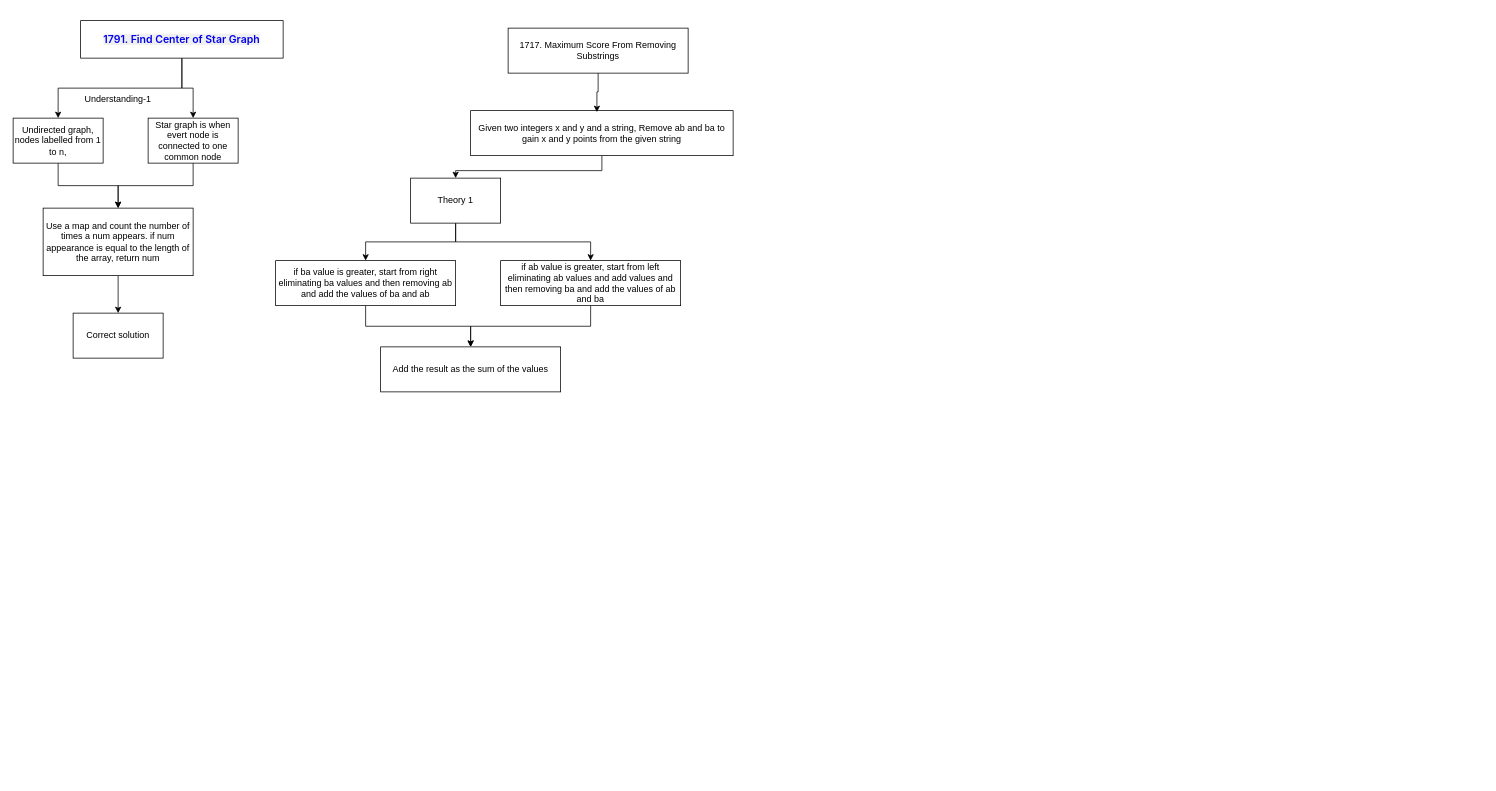
Earlier version of the draw.io diagram DailyLeetcodeProblems.drawio (KaidenCoder/DrawIORepo). Source tidied: cells renumbered, new cells numbered last; positions are measured from the earlier drawing's top-left corner, leaving out a move shared by most shapes. Both pictures are drawn from the tidied source at 75%, with x=0, y=0 at pixel (13, 20).
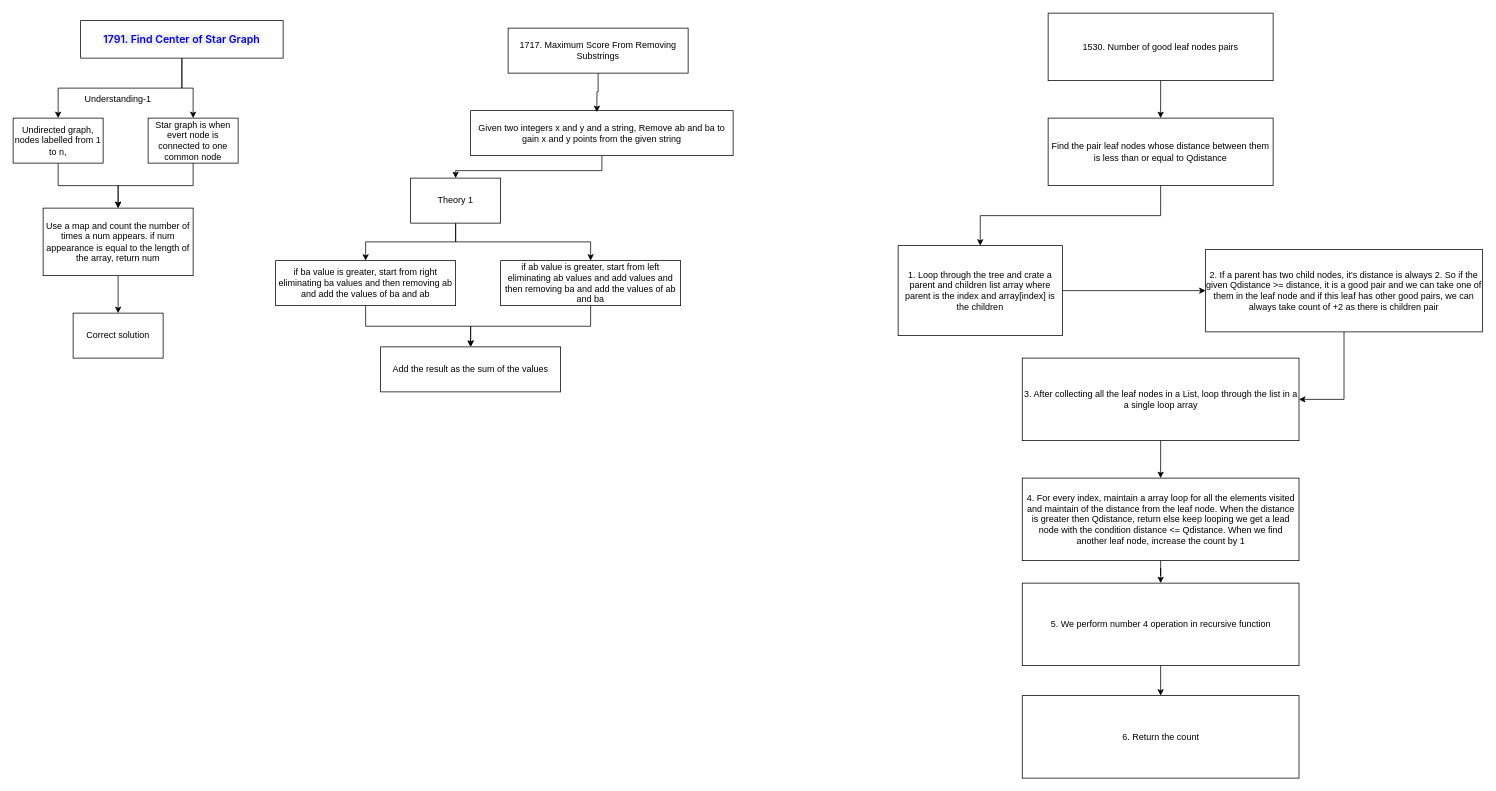
Above is the later version.

The edit, as a diff of the source:
```diff
@@
+    <mxCell id="25" style="edgeStyle=orthogonalEdgeStyle;rounded=0;jettySize=auto;html=1;" parent="1" edge="1" source="26" target="28">
+      <mxGeometry relative="1" as="geometry" />
+    </mxCell>
+    <mxCell id="26" value="1530. Number of good leaf nodes pairs" style="rounded=0;whiteSpace=wrap;html=1;" parent="1" vertex="1">
+      <mxGeometry x="1380" y="-10" width="300" height="90" as="geometry" />
+    </mxCell>
+    <mxCell id="27" style="edgeStyle=orthogonalEdgeStyle;rounded=0;jettySize=auto;html=1;entryX=0.5;entryY=0;entryDx=0;entryDy=0;" parent="1" edge="1" source="28" target="30">
+      <mxGeometry relative="1" as="geometry" />
+    </mxCell>
+    <mxCell id="28" value="Find the pair leaf nodes whose distance between them is less than or equal to Qdistance" style="rounded=0;whiteSpace=wrap;html=1;" parent="1" vertex="1">
+      <mxGeometry x="1380" y="130" width="300" height="90" as="geometry" />
+    </mxCell>
+    <mxCell id="29" style="edgeStyle=orthogonalEdgeStyle;rounded=0;jettySize=auto;html=1;" parent="1" edge="1" source="30" target="32">
+      <mxGeometry relative="1" as="geometry" />
+    </mxCell>
+    <mxCell id="30" value="1. Loop through the tree and crate a parent and children list array where parent is the index and array[index] is the children" style="rounded=0;whiteSpace=wrap;html=1;" parent="1" vertex="1">
+      <mxGeometry x="1180" y="300" width="219" height="120" as="geometry" />
+    </mxCell>
+    <mxCell id="31" style="edgeStyle=orthogonalEdgeStyle;rounded=0;jettySize=auto;html=1;entryX=1;entryY=0.5;entryDx=0;entryDy=0;" parent="1" edge="1" source="32" target="34">
+      <mxGeometry relative="1" as="geometry" />
+    </mxCell>
+    <mxCell id="32" value="2. If a parent has two child nodes, it's distance is always 2. So if the given Qdistance &amp;gt;= distance, it is a good pair and we can take one of them in the leaf node and if this leaf has other good pairs, we can always take count of +2 as there is children pair" style="rounded=0;whiteSpace=wrap;html=1;" parent="1" vertex="1">
+      <mxGeometry x="1590" y="305" width="369" height="110" as="geometry" />
+    </mxCell>
+    <mxCell id="33" style="edgeStyle=orthogonalEdgeStyle;rounded=0;jettySize=auto;html=1;entryX=0.5;entryY=0;entryDx=0;entryDy=0;" parent="1" edge="1" source="34" target="36">
+      <mxGeometry relative="1" as="geometry" />
+    </mxCell>
+    <mxCell id="34" value="3. After collecting all the leaf nodes in a List, loop through the list in a a single loop array" style="rounded=0;whiteSpace=wrap;html=1;" parent="1" vertex="1">
+      <mxGeometry x="1345.5" y="450" width="369" height="110" as="geometry" />
+    </mxCell>
+    <mxCell id="35" style="edgeStyle=orthogonalEdgeStyle;rounded=0;jettySize=auto;html=1;entryX=0.5;entryY=0;entryDx=0;entryDy=0;" parent="1" edge="1" source="36" target="38">
+      <mxGeometry relative="1" as="geometry" />
+    </mxCell>
+    <mxCell id="36" value="4. For every index, maintain a array loop for all the elements visited and maintain of the distance from the leaf node. When the distance is greater then Qdistance, return else keep looping we get a lead node with the condition distance &amp;lt;= Qdistance. When we find another leaf node, increase the count by 1" style="rounded=0;whiteSpace=wrap;html=1;" parent="1" vertex="1">
+      <mxGeometry x="1345.5" y="610" width="369" height="110" as="geometry" />
+    </mxCell>
+    <mxCell id="37" style="edgeStyle=orthogonalEdgeStyle;rounded=0;jettySize=auto;html=1;entryX=0.5;entryY=0;entryDx=0;entryDy=0;" parent="1" edge="1" source="38" target="39">
+      <mxGeometry relative="1" as="geometry" />
+    </mxCell>
+    <mxCell id="38" value="5. We perform number 4 operation in recursive function" style="rounded=0;whiteSpace=wrap;html=1;" parent="1" vertex="1">
+      <mxGeometry x="1345.5" y="750" width="369" height="110" as="geometry" />
+    </mxCell>
+    <mxCell id="39" value="6. Return the count" style="rounded=0;whiteSpace=wrap;html=1;" parent="1" vertex="1">
+      <mxGeometry x="1345.5" y="900" width="369" height="110" as="geometry" />
+    </mxCell>
```
